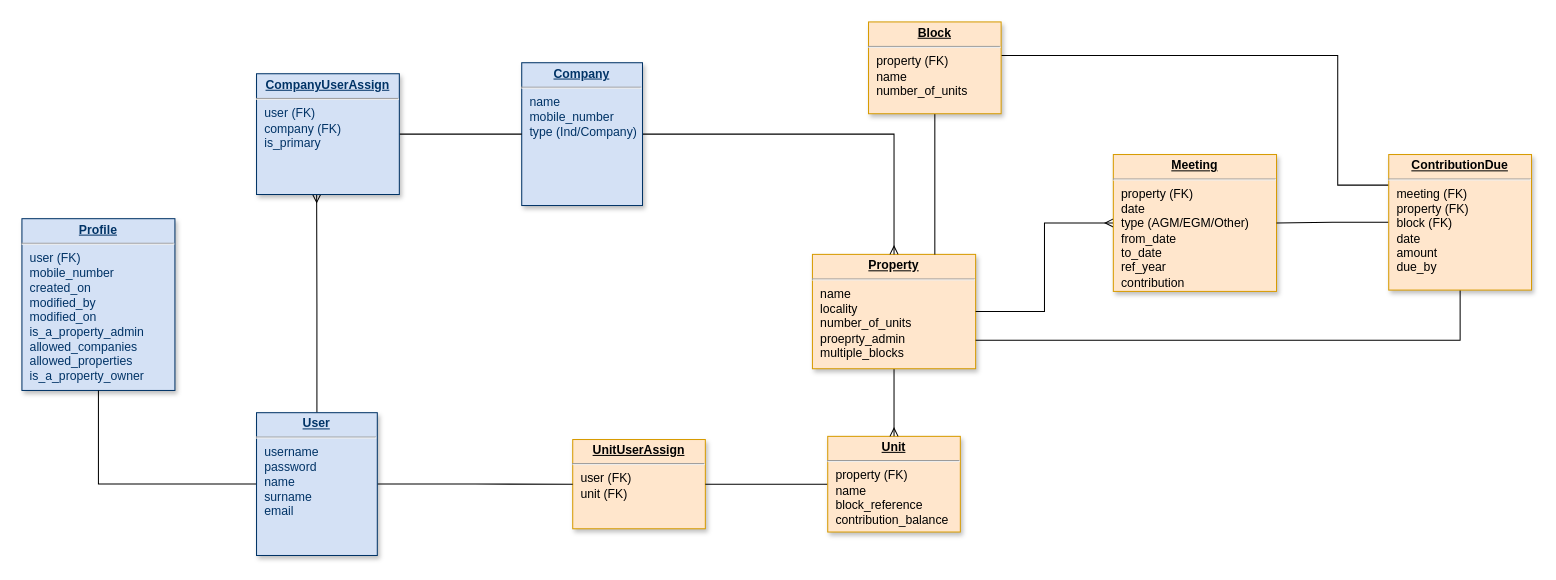
Before: Untitled Diagram.drawio in gilubilu/hello-world, a draw.io diagram. Source tidied: cells renumbered, new cells numbered last; positions are measured from the earlier drawing's top-left corner, leaving out a move shared by most shapes. Both pictures are drawn from the tidied source at 102%, with x=0, y=0 at pixel (21, 21).
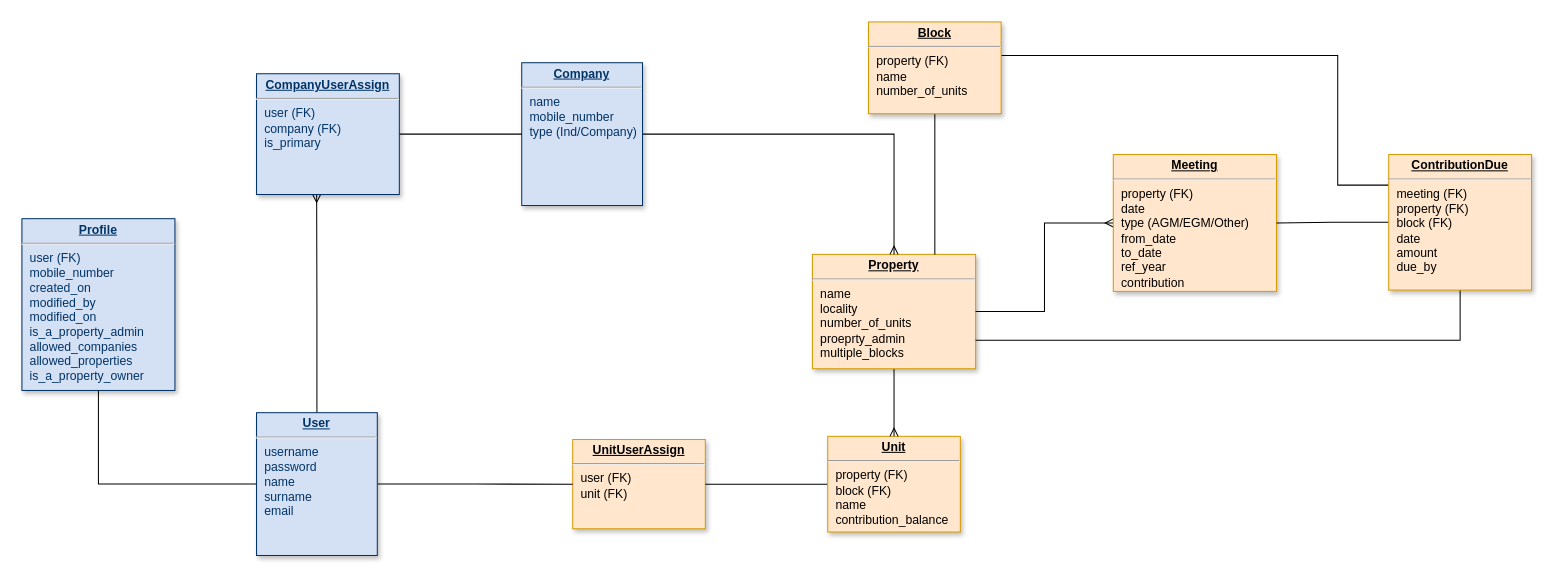
The same page after the edit.

What changed in the source:
```diff
@@
-    <mxCell id="4" value="&lt;p style=&quot;margin: 0px ; margin-top: 4px ; text-align: center ; text-decoration: underline&quot;&gt;&lt;strong&gt;Unit&lt;/strong&gt;&lt;/p&gt;&lt;hr&gt;&lt;p style=&quot;margin: 0px ; margin-left: 8px&quot;&gt;property (FK)&lt;/p&gt;&lt;p style=&quot;margin: 0px ; margin-left: 8px&quot;&gt;name&lt;/p&gt;&lt;p style=&quot;margin: 0px ; margin-left: 8px&quot;&gt;block_reference&lt;/p&gt;&lt;p style=&quot;margin: 0px ; margin-left: 8px&quot;&gt;contribution_balance&lt;/p&gt;&lt;p style=&quot;margin: 0px ; margin-left: 8px&quot;&gt;&lt;br&gt;&lt;/p&gt;" style="verticalAlign=top;align=left;overflow=fill;fontSize=12;fontFamily=Helvetica;html=1;strokeColor=#d79b00;shadow=1;fillColor=#ffe6cc;" parent="1" vertex="1">
+    <mxCell id="4" value="&lt;p style=&quot;margin: 0px ; margin-top: 4px ; text-align: center ; text-decoration: underline&quot;&gt;&lt;strong&gt;Unit&lt;/strong&gt;&lt;/p&gt;&lt;hr&gt;&lt;p style=&quot;margin: 0px ; margin-left: 8px&quot;&gt;property (FK)&lt;/p&gt;&lt;p style=&quot;margin: 0px ; margin-left: 8px&quot;&gt;block (FK)&lt;/p&gt;&lt;p style=&quot;margin: 0px ; margin-left: 8px&quot;&gt;name&lt;/p&gt;&lt;p style=&quot;margin: 0px ; margin-left: 8px&quot;&gt;&lt;span&gt;contribution_balance&lt;/span&gt;&lt;br&gt;&lt;/p&gt;&lt;p style=&quot;margin: 0px ; margin-left: 8px&quot;&gt;&lt;br&gt;&lt;/p&gt;" style="verticalAlign=top;align=left;overflow=fill;fontSize=12;fontFamily=Helvetica;html=1;strokeColor=#d79b00;shadow=1;fillColor=#ffe6cc;" parent="1" vertex="1">
       <mxGeometry x="790" y="406.3" width="130" height="93.8" as="geometry" />
     </mxCell>
```
